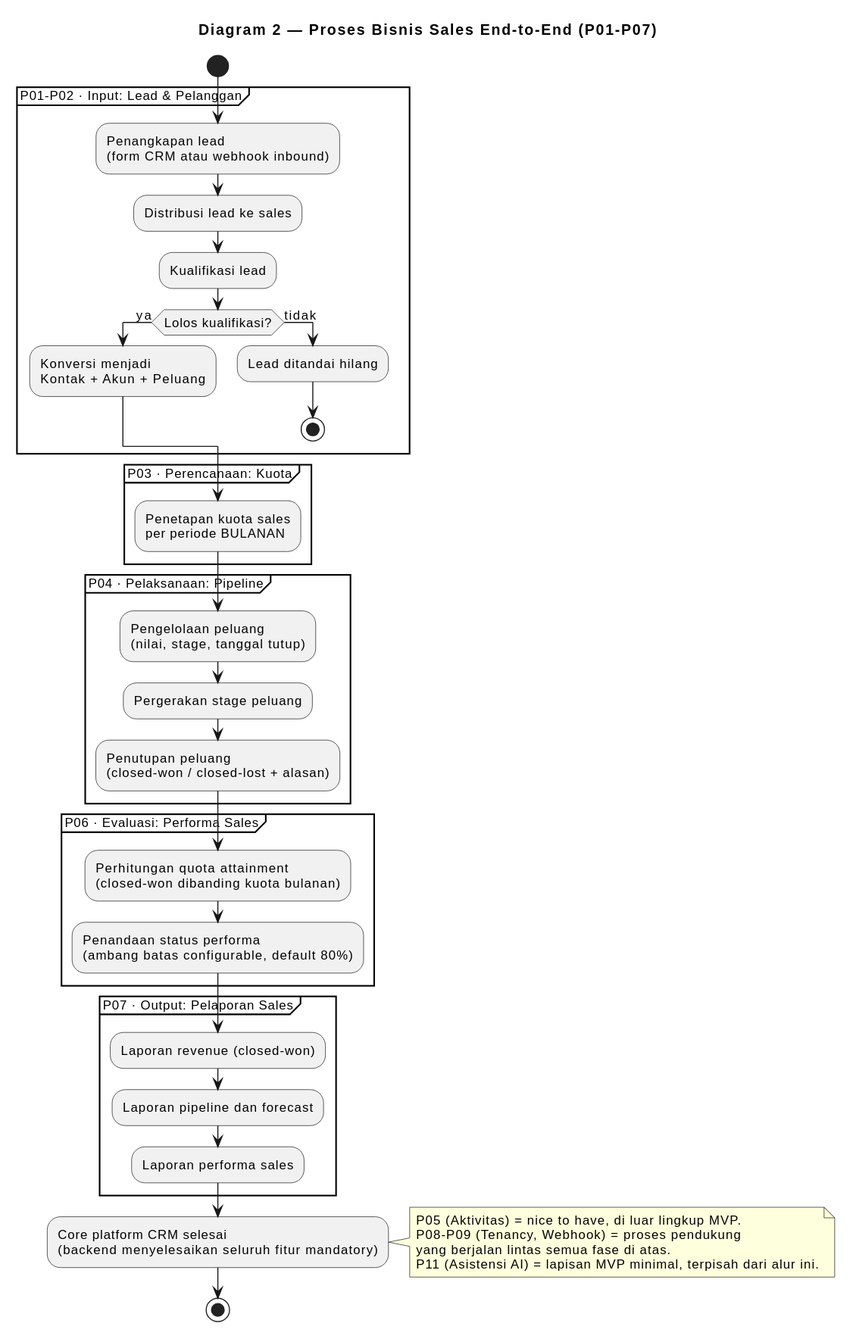
yudha-tlab/ai-os-knowledge keeps this PlantUML diagram as knowledge/projects/bootcamp-crm/requirements/brd/diagrams/02-proses-bisnis.svg. Above is the earlier version.
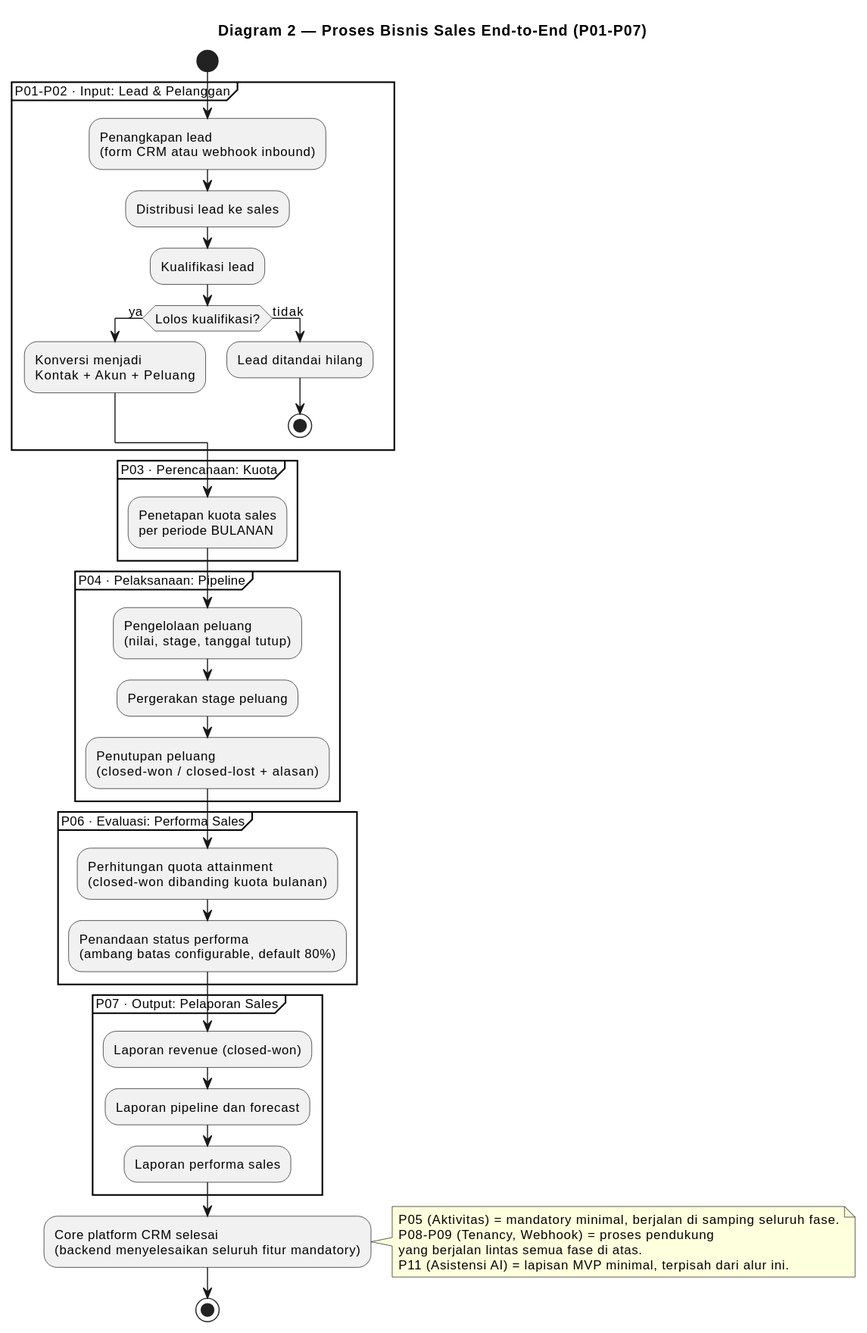
Later version of the same file.

The edit, as a diff of the source:
```diff
@@ -43,7 +43,7 @@
 :Core platform CRM selesai
 (backend menyelesaikan seluruh fitur mandatory);
 note right
-  P05 (Aktivitas) = nice to have, di luar lingkup MVP.
+  P05 (Aktivitas) = mandatory minimal, berjalan di samping seluruh fase.
   P08-P09 (Tenancy, Webhook) = proses pendukung
   yang berjalan lintas semua fase di atas.
   P11 (Asistensi AI) = lapisan MVP minimal, terpisah dari alur ini.
```
